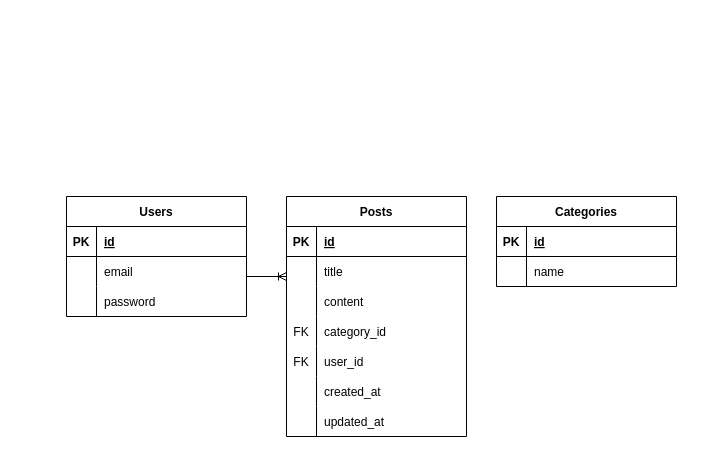
Earlier version of the draw.io diagram api/db/er.dio (junjimoriyama/next-rails-blog). Source tidied: cells renumbered, new cells numbered last; positions are measured from the earlier drawing's top-left corner, leaving out a move shared by most shapes. Both pictures are drawn from the tidied source at 100%, with x=0, y=0 at pixel (66, 196).
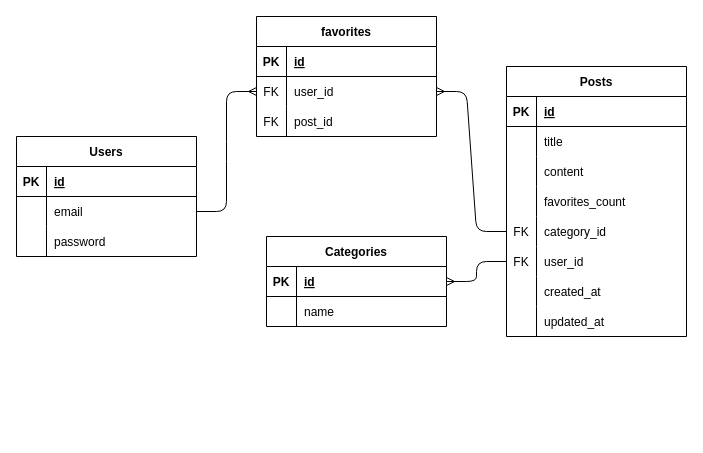
Above is the later version.

Unchanged cells that the change refers to:
```xml
<mxCell id="6" style="shape=tableRow;horizontal=0;startSize=0;swimlaneHead=0;swimlaneBody=0;fillColor=none;points=[[0,0.5],[1,0.5]];portConstraint=eastwest;top=0;left=0;right=0;bottom=0;" parent="2" vertex="1">
  <mxGeometry y="60" width="180" height="30" as="geometry" />
</mxCell>
<mxCell id="22" style="shape=tableRow;horizontal=0;startSize=0;swimlaneHead=0;swimlaneBody=0;fillColor=none;top=0;left=0;right=0;bottom=0;" parent="12" vertex="1">
  <mxGeometry y="120" width="180" height="30" as="geometry" />
</mxCell>
<mxCell id="25" style="shape=tableRow;horizontal=0;startSize=0;swimlaneHead=0;swimlaneBody=0;fillColor=none;points=[[0,0.5],[1,0.5]];portConstraint=eastwest;top=0;left=0;right=0;bottom=0;" parent="12" vertex="1">
  <mxGeometry y="150" width="180" height="30" as="geometry" />
</mxCell>
<mxCell id="28" style="shape=tableRow;horizontal=0;startSize=0;swimlaneHead=0;swimlaneBody=0;fillColor=none;points=[[0,0.5],[1,0.5]];portConstraint=eastwest;top=0;left=0;right=0;bottom=0;" parent="12" vertex="1">
  <mxGeometry y="180" width="180" height="30" as="geometry" />
</mxCell>
<mxCell id="31" style="shape=tableRow;horizontal=0;startSize=0;swimlaneHead=0;swimlaneBody=0;fillColor=none;top=0;left=0;right=0;bottom=0;" parent="12" vertex="1">
  <mxGeometry y="210" width="180" height="30" as="geometry" />
</mxCell>
<mxCell id="35" style="shape=tableRow;horizontal=0;startSize=0;swimlaneHead=0;swimlaneBody=0;fillColor=none;points=[[0,0.5],[1,0.5]];portConstraint=eastwest;top=0;left=0;right=0;bottom=1;" parent="34" vertex="1">
  <mxGeometry y="30" width="180" height="30" as="geometry" />
</mxCell>
```

The edit, as a diff of the source:
```diff
@@
     <mxCell id="2" value="Users" style="shape=table;startSize=30;childLayout=tableLayout;rowLines=0;fontStyle=1;align=center;" parent="1" vertex="1">
-      <mxGeometry width="180" height="120" as="geometry" />
+      <mxGeometry x="-50" y="-60" width="180" height="120" as="geometry" />
     </mxCell>
@@
     <mxCell id="12" value="Posts" style="shape=table;startSize=30;childLayout=tableLayout;rowLines=0;fontStyle=1;align=center;" parent="1" vertex="1">
-      <mxGeometry x="220" width="180" height="240" as="geometry" />
+      <mxGeometry x="440" y="-130" width="180" height="270" as="geometry" />
     </mxCell>
@@
-    <mxCell id="23" value="FK" style="shape=partialRectangle;fillColor=none;top=0;left=0;bottom=0;right=0;overflow=hidden;" parent="22" vertex="1">
+    <mxCell id="23" style="shape=partialRectangle;fillColor=none;top=0;left=0;bottom=0;right=0;overflow=hidden;" parent="22" vertex="1">
       <mxGeometry width="30" height="30" as="geometry" />
     </mxCell>
-    <mxCell id="24" value="category_id" style="shape=partialRectangle;fillColor=none;top=0;left=0;bottom=0;right=0;align=left;spacingLeft=6;overflow=hidden;" parent="22" vertex="1">
+    <mxCell id="24" value="favorites_count" style="shape=partialRectangle;fillColor=none;top=0;left=0;bottom=0;right=0;align=left;spacingLeft=6;overflow=hidden;" parent="22" vertex="1">
       <mxGeometry x="30" width="150" height="30" as="geometry" />
     </mxCell>
@@
-    <mxCell id="27" value="user_id" style="shape=partialRectangle;fillColor=none;top=0;left=0;bottom=0;right=0;align=left;spacingLeft=6;overflow=hidden;" parent="25" vertex="1">
+    <mxCell id="27" value="category_id" style="shape=partialRectangle;fillColor=none;top=0;left=0;bottom=0;right=0;align=left;spacingLeft=6;overflow=hidden;" parent="25" vertex="1">
       <mxGeometry x="30" width="150" height="30" as="geometry" />
     </mxCell>
@@
-    <mxCell id="29" style="shape=partialRectangle;fillColor=none;top=0;left=0;bottom=0;right=0;overflow=hidden;" parent="28" vertex="1">
+    <mxCell id="29" value="FK" style="shape=partialRectangle;fillColor=none;top=0;left=0;bottom=0;right=0;overflow=hidden;" parent="28" vertex="1">
       <mxGeometry width="30" height="30" as="geometry" />
     </mxCell>
-    <mxCell id="30" value="created_at" style="shape=partialRectangle;fillColor=none;top=0;left=0;bottom=0;right=0;align=left;spacingLeft=6;overflow=hidden;" parent="28" vertex="1">
+    <mxCell id="30" value="user_id" style="shape=partialRectangle;fillColor=none;top=0;left=0;bottom=0;right=0;align=left;spacingLeft=6;overflow=hidden;" parent="28" vertex="1">
       <mxGeometry x="30" width="150" height="30" as="geometry" />
     </mxCell>
@@
-    <mxCell id="33" value="updated_at" style="shape=partialRectangle;fillColor=none;top=0;left=0;bottom=0;right=0;align=left;spacingLeft=6;overflow=hidden;" parent="31" vertex="1">
+    <mxCell id="33" value="created_at" style="shape=partialRectangle;fillColor=none;top=0;left=0;bottom=0;right=0;align=left;spacingLeft=6;overflow=hidden;" parent="31" vertex="1">
       <mxGeometry x="30" width="150" height="30" as="geometry" />
     </mxCell>
+    <mxCell id="42" style="shape=tableRow;horizontal=0;startSize=0;swimlaneHead=0;swimlaneBody=0;fillColor=none;top=0;left=0;right=0;bottom=0;" parent="12" vertex="1">
+      <mxGeometry y="240" width="180" height="30" as="geometry" />
+    </mxCell>
+    <mxCell id="43" style="shape=partialRectangle;fillColor=none;top=0;left=0;bottom=0;right=0;overflow=hidden;" parent="42" vertex="1">
+      <mxGeometry width="30" height="30" as="geometry" />
+    </mxCell>
+    <mxCell id="44" value="updated_at" style="shape=partialRectangle;fillColor=none;top=0;left=0;bottom=0;right=0;align=left;spacingLeft=6;overflow=hidden;" parent="42" vertex="1">
+      <mxGeometry x="30" width="150" height="30" as="geometry" />
+    </mxCell>
     <mxCell id="34" value="Categories" style="shape=table;startSize=30;childLayout=tableLayout;rowLines=0;fontStyle=1;align=center;" parent="1" vertex="1">
-      <mxGeometry x="430" width="180" height="90" as="geometry" />
+      <mxGeometry x="200" y="40" width="180" height="90" as="geometry" />
     </mxCell>
@@
-    <mxCell id="41" style="edgeStyle=entityRelationEdgeStyle;fontSize=12;html=1;endArrow=ERoneToMany;" parent="1" edge="1">
-      <mxGeometry relative="1" as="geometry">
-        <mxPoint x="180" y="80" as="sourcePoint" />
-        <mxPoint x="220" y="80" as="targetPoint" />
-      </mxGeometry>
-    </mxCell>
+    <mxCell id="45" value="favorites" style="shape=table;startSize=30;childLayout=tableLayout;rowLines=0;fontStyle=1;align=center;" parent="1" vertex="1">
+      <mxGeometry x="190" y="-180" width="180" height="120" as="geometry" />
+    </mxCell>
+    <mxCell id="46" style="shape=tableRow;horizontal=0;startSize=0;swimlaneHead=0;swimlaneBody=0;fillColor=none;top=0;left=0;right=0;bottom=1;" parent="45" vertex="1">
+      <mxGeometry y="30" width="180" height="30" as="geometry" />
+    </mxCell>
+    <mxCell id="47" value="PK" style="shape=partialRectangle;fillColor=none;top=0;left=0;bottom=0;right=0;fontStyle=1;overflow=hidden;" parent="46" vertex="1">
+      <mxGeometry width="30" height="30" as="geometry" />
+    </mxCell>
+    <mxCell id="48" value="id" style="shape=partialRectangle;fillColor=none;top=0;left=0;bottom=0;right=0;align=left;spacingLeft=6;fontStyle=5;overflow=hidden;" parent="46" vertex="1">
+      <mxGeometry x="30" width="150" height="30" as="geometry" />
+    </mxCell>
+    <mxCell id="49" style="shape=tableRow;horizontal=0;startSize=0;swimlaneHead=0;swimlaneBody=0;fillColor=none;points=[[0,0.5],[1,0.5]];portConstraint=eastwest;top=0;left=0;right=0;bottom=0;" parent="45" vertex="1">
+      <mxGeometry y="60" width="180" height="30" as="geometry" />
+    </mxCell>
+    <mxCell id="50" value="FK" style="shape=partialRectangle;fillColor=none;top=0;left=0;bottom=0;right=0;overflow=hidden;" parent="49" vertex="1">
+      <mxGeometry width="30" height="30" as="geometry" />
+    </mxCell>
+    <mxCell id="51" value="user_id" style="shape=partialRectangle;fillColor=none;top=0;left=0;bottom=0;right=0;align=left;spacingLeft=6;overflow=hidden;" parent="49" vertex="1">
+      <mxGeometry x="30" width="150" height="30" as="geometry" />
+    </mxCell>
+    <mxCell id="52" style="shape=tableRow;horizontal=0;startSize=0;swimlaneHead=0;swimlaneBody=0;fillColor=none;top=0;left=0;right=0;bottom=0;" parent="45" vertex="1">
+      <mxGeometry y="90" width="180" height="30" as="geometry" />
+    </mxCell>
+    <mxCell id="53" value="FK" style="shape=partialRectangle;fillColor=none;top=0;left=0;bottom=0;right=0;overflow=hidden;" parent="52" vertex="1">
+      <mxGeometry width="30" height="30" as="geometry" />
+    </mxCell>
+    <mxCell id="54" value="post_id" style="shape=partialRectangle;fillColor=none;top=0;left=0;bottom=0;right=0;align=left;spacingLeft=6;overflow=hidden;" parent="52" vertex="1">
+      <mxGeometry x="30" width="150" height="30" as="geometry" />
+    </mxCell>
+    <mxCell id="55" style="edgeStyle=entityRelationEdgeStyle;fontSize=12;html=1;endArrow=ERmany;entryX=0;entryY=0.5;entryDx=0;entryDy=0;exitX=1;exitY=0.5;exitDx=0;exitDy=0;" parent="1" edge="1" source="6" target="49">
+      <mxGeometry relative="1" as="geometry" />
+    </mxCell>
+    <mxCell id="56" style="edgeStyle=entityRelationEdgeStyle;fontSize=12;html=1;endArrow=ERmany;entryX=1;entryY=0.5;entryDx=0;entryDy=0;" parent="1" edge="1" source="25" target="49">
+      <mxGeometry relative="1" as="geometry" />
+    </mxCell>
+    <mxCell id="57" style="edgeStyle=entityRelationEdgeStyle;fontSize=12;html=1;endArrow=ERmany;" parent="1" edge="1" source="28" target="35">
+      <mxGeometry relative="1" as="geometry" />
+    </mxCell>
```
